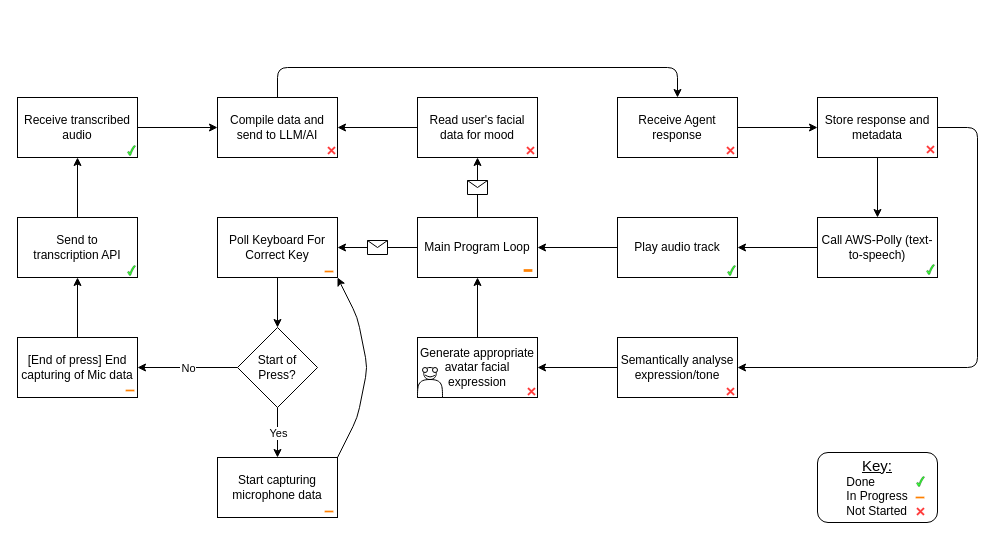
Earlier version of the draw.io diagram diagram.drawio (UP929312/Serenity). Source tidied: cells renumbered, new cells numbered last; positions are measured from the earlier drawing's top-left corner, leaving out a move shared by most shapes. Both pictures are drawn from the tidied source at 100%, with x=0, y=0 at pixel (17, 67).
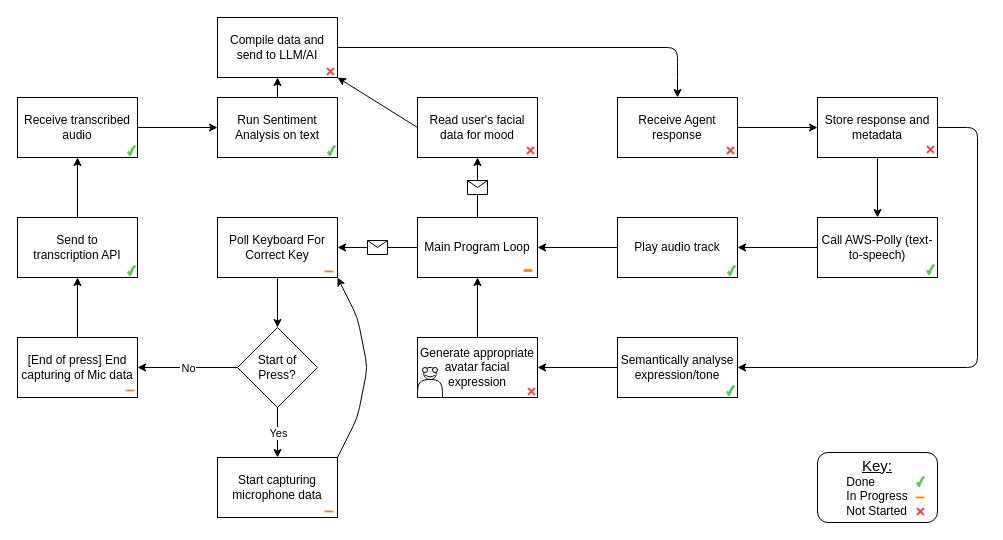
Above is the later version.

Unchanged cells that the change refers to:
```xml
<mxCell id="25" value="Receive Agent response" style="rounded=0;whiteSpace=wrap;html=1;" parent="1" vertex="1">
  <mxGeometry x="600" y="30" width="120" height="60" as="geometry" />
</mxCell>
<mxCell id="43" style="group;" parent="1" vertex="1">
  <mxGeometry y="30" width="120" height="60" as="geometry" />
</mxCell>
```

Diff of the diagram source:
```diff
@@
-    <mxCell id="16" style="edgeStyle=none;html=1;exitX=1;exitY=0.5;exitDx=0;exitDy=0;" parent="1" edge="1" source="44" target="23">
+    <mxCell id="16" style="edgeStyle=none;html=1;exitX=1;exitY=0.5;exitDx=0;exitDy=0;entryX=0;entryY=0.5;entryDx=0;entryDy=0;" parent="1" edge="1" source="44" target="70">
       <mxGeometry relative="1" as="geometry" />
     </mxCell>
@@
-    <mxCell id="18" style="edgeStyle=none;html=1;exitX=0;exitY=0.5;exitDx=0;exitDy=0;entryX=1;entryY=0.5;entryDx=0;entryDy=0;" parent="1" edge="1" source="19" target="23">
-      <mxGeometry relative="1" as="geometry" />
-    </mxCell>
-    <mxCell id="19" value="Read user's facial data for mood" style="rounded=0;whiteSpace=wrap;html=1;" parent="1" vertex="1">
-      <mxGeometry x="400" y="30" width="120" height="60" as="geometry" />
-    </mxCell>
@@
-    <mxCell id="22" style="edgeStyle=none;html=1;exitX=0.5;exitY=0;exitDx=0;exitDy=0;entryX=0.5;entryY=0;entryDx=0;entryDy=0;" parent="1" edge="1" source="23" target="25">
+    <mxCell id="22" style="edgeStyle=none;html=1;exitX=1;exitY=0.5;exitDx=0;exitDy=0;entryX=0.5;entryY=0;entryDx=0;entryDy=0;" parent="1" edge="1" source="23" target="25">
       <mxGeometry relative="1" as="geometry">
         <Array as="points">
-          <mxPoint x="260" />
+          <mxPoint x="660" y="-20" />
           <mxPoint x="660" />
         </Array>
       </mxGeometry>
     </mxCell>
-    <mxCell id="23" value="Compile data and send to LLM/AI" style="rounded=0;whiteSpace=wrap;html=1;" parent="1" vertex="1">
-      <mxGeometry x="200" y="30" width="120" height="60" as="geometry" />
-    </mxCell>
@@
-    <mxCell id="32" value="Semantically analyse expression/tone" style="rounded=0;whiteSpace=wrap;html=1;" parent="1" vertex="1">
-      <mxGeometry x="600" y="270" width="120" height="60" as="geometry" />
-    </mxCell>
@@
+    <mxCell id="66" style="group;" parent="43" vertex="1">
+      <mxGeometry width="120" height="60" as="geometry" />
+    </mxCell>
-    <mxCell id="44" value="Receive transcribed audio" style="rounded=0;whiteSpace=wrap;html=1;" parent="43" vertex="1">
+    <mxCell id="44" value="Receive transcribed audio" style="rounded=0;whiteSpace=wrap;html=1;" parent="66" vertex="1">
       <mxGeometry width="120" height="60" as="geometry" />
     </mxCell>
-    <mxCell id="45" style="verticalLabelPosition=bottom;verticalAlign=top;html=1;shape=mxgraph.basic.tick;fillColor=#33FF33;strokeWidth=0.3;" parent="43" vertex="1">
+    <mxCell id="45" style="verticalLabelPosition=bottom;verticalAlign=top;html=1;shape=mxgraph.basic.tick;fillColor=#33FF33;strokeWidth=0.3;" parent="66" vertex="1">
       <mxGeometry x="110" y="48" width="8" height="10" as="geometry" />
     </mxCell>
@@
-    <mxCell id="51" style="shape=cross;whiteSpace=wrap;html=1;strokeColor=#FFFFFF;strokeWidth=0.3;fillColor=#FF3333;rotation=45;" parent="1" vertex="1">
-      <mxGeometry x="708" y="319" width="10" height="10" as="geometry" />
-    </mxCell>
@@
-    <mxCell id="53" style="shape=cross;whiteSpace=wrap;html=1;strokeColor=#FFFFFF;strokeWidth=0.3;fillColor=#FF3333;rotation=45;" parent="1" vertex="1">
-      <mxGeometry x="508" y="78" width="10" height="10" as="geometry" />
-    </mxCell>
@@
-    <mxCell id="56" style="shape=cross;whiteSpace=wrap;html=1;strokeColor=#FFFFFF;strokeWidth=0.3;fillColor=#FF3333;rotation=45;" parent="1" vertex="1">
-      <mxGeometry x="309" y="78" width="10" height="10" as="geometry" />
-    </mxCell>
@@
+    <mxCell id="67" style="group;" parent="1" vertex="1">
+      <mxGeometry x="400" y="30" width="120.1" height="60.1" as="geometry" />
+    </mxCell>
+    <mxCell id="19" value="Read user's facial data for mood" style="rounded=0;whiteSpace=wrap;html=1;" parent="67" vertex="1">
+      <mxGeometry width="120" height="60" as="geometry" />
+    </mxCell>
+    <mxCell id="53" style="shape=cross;whiteSpace=wrap;html=1;strokeColor=#FFFFFF;strokeWidth=0.3;fillColor=#FF3333;rotation=45;" parent="67" vertex="1">
+      <mxGeometry x="108" y="48" width="10" height="10" as="geometry" />
+    </mxCell>
+    <mxCell id="68" style="group;" parent="1" vertex="1">
+      <mxGeometry x="200" y="-50" width="120.1" height="61.1" as="geometry" />
+    </mxCell>
+    <mxCell id="23" value="Compile data and send to LLM/AI" style="rounded=0;whiteSpace=wrap;html=1;" parent="68" vertex="1">
+      <mxGeometry width="120" height="60" as="geometry" />
+    </mxCell>
+    <mxCell id="56" style="shape=cross;whiteSpace=wrap;html=1;strokeColor=#FFFFFF;strokeWidth=0.3;fillColor=#FF3333;rotation=45;" parent="68" vertex="1">
+      <mxGeometry x="108" y="49" width="10" height="10" as="geometry" />
+    </mxCell>
+    <mxCell id="18" style="edgeStyle=none;html=1;exitX=0;exitY=0.5;exitDx=0;exitDy=0;entryX=1;entryY=1;entryDx=0;entryDy=0;" parent="1" edge="1" source="19" target="23">
+      <mxGeometry relative="1" as="geometry" />
+    </mxCell>
+    <mxCell id="69" style="group;" parent="1" vertex="1">
+      <mxGeometry x="200" y="30" width="120" height="60" as="geometry" />
+    </mxCell>
+    <mxCell id="70" value="Run Sentiment Analysis on text" style="rounded=0;whiteSpace=wrap;html=1;" parent="69" vertex="1">
+      <mxGeometry width="120" height="60" as="geometry" />
+    </mxCell>
+    <mxCell id="71" style="verticalLabelPosition=bottom;verticalAlign=top;html=1;shape=mxgraph.basic.tick;fillColor=#33FF33;strokeWidth=0.3;" parent="69" vertex="1">
+      <mxGeometry x="110" y="48" width="8" height="10" as="geometry" />
+    </mxCell>
+    <mxCell id="72" style="edgeStyle=none;html=1;exitX=0.5;exitY=0;exitDx=0;exitDy=0;entryX=0.5;entryY=1;entryDx=0;entryDy=0;" parent="1" edge="1" source="70" target="23">
+      <mxGeometry relative="1" as="geometry" />
+    </mxCell>
+    <mxCell id="73" style="group;" parent="1" vertex="1">
+      <mxGeometry x="600" y="270" width="120" height="60" as="geometry" />
+    </mxCell>
+    <mxCell id="32" value="Semantically analyse expression/tone" style="rounded=0;whiteSpace=wrap;html=1;" parent="73" vertex="1">
+      <mxGeometry width="120" height="60" as="geometry" />
+    </mxCell>
+    <mxCell id="74" style="verticalLabelPosition=bottom;verticalAlign=top;html=1;shape=mxgraph.basic.tick;fillColor=#33FF33;strokeWidth=0.3;" parent="73" vertex="1">
+      <mxGeometry x="109" y="48" width="8" height="10" as="geometry" />
+    </mxCell>
```
